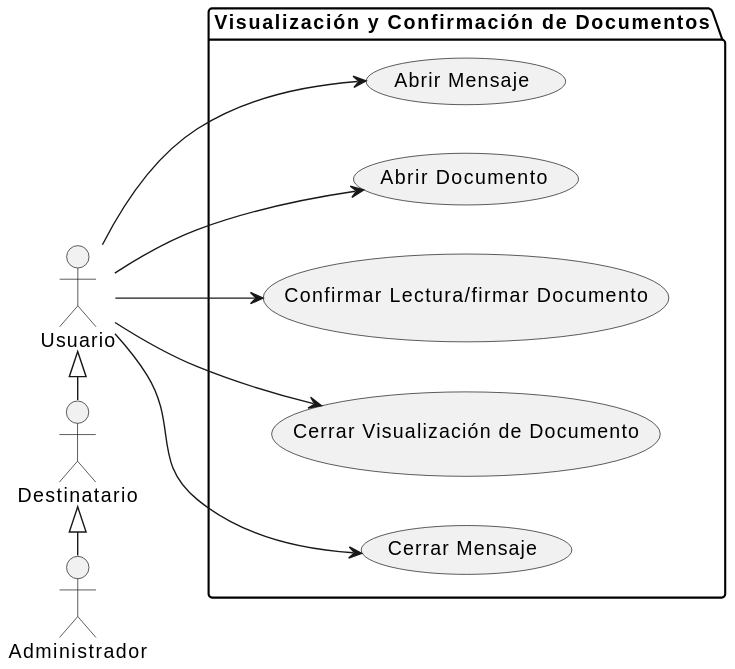
Earlier version of the PlantUML export docs/casosDeUso/diagramaCasosDeUso/visualizacionConfirmacionDocumentos/visualizacionConfirmacionDocumentos.svg (mmasias/24-25-IdSw1-SDR).
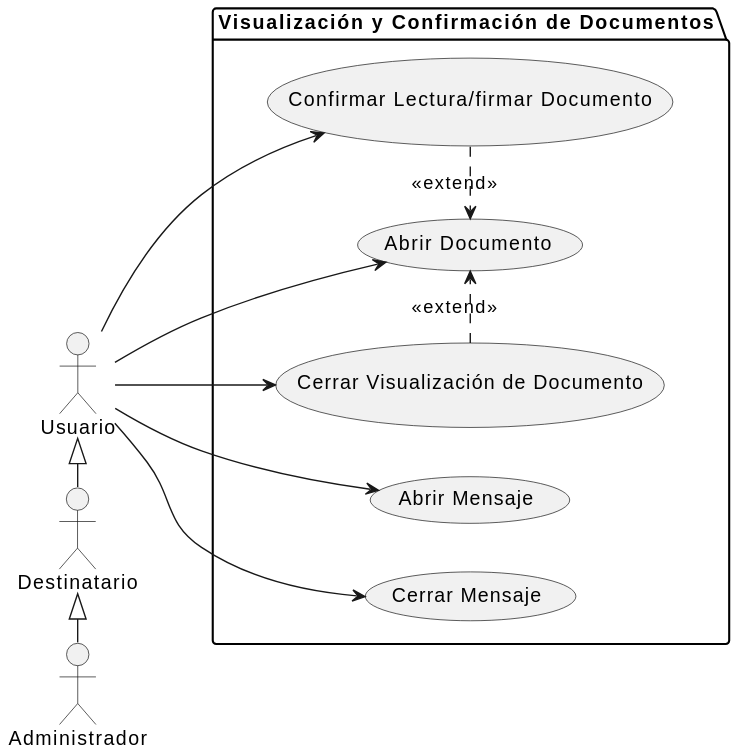
Later version of the same file.

Commit message:
fix: agregar extensiones en el diagrama de visualización de documentos

What changed in the source:
```diff
@@ -7,7 +7,9 @@
     usecase "Abrir Mensaje" as VCD1
     usecase "Abrir Documento" as VCD2
     usecase "Confirmar Lectura/firmar Documento" as VCD3
+    VCD3 .> VCD2 : <<extend>>
     usecase "Cerrar Visualización de Documento" as VCD4
+    VCD4 .> VCD2 : <<extend>>
     usecase "Cerrar Mensaje" as VCD5
 }
 
```
